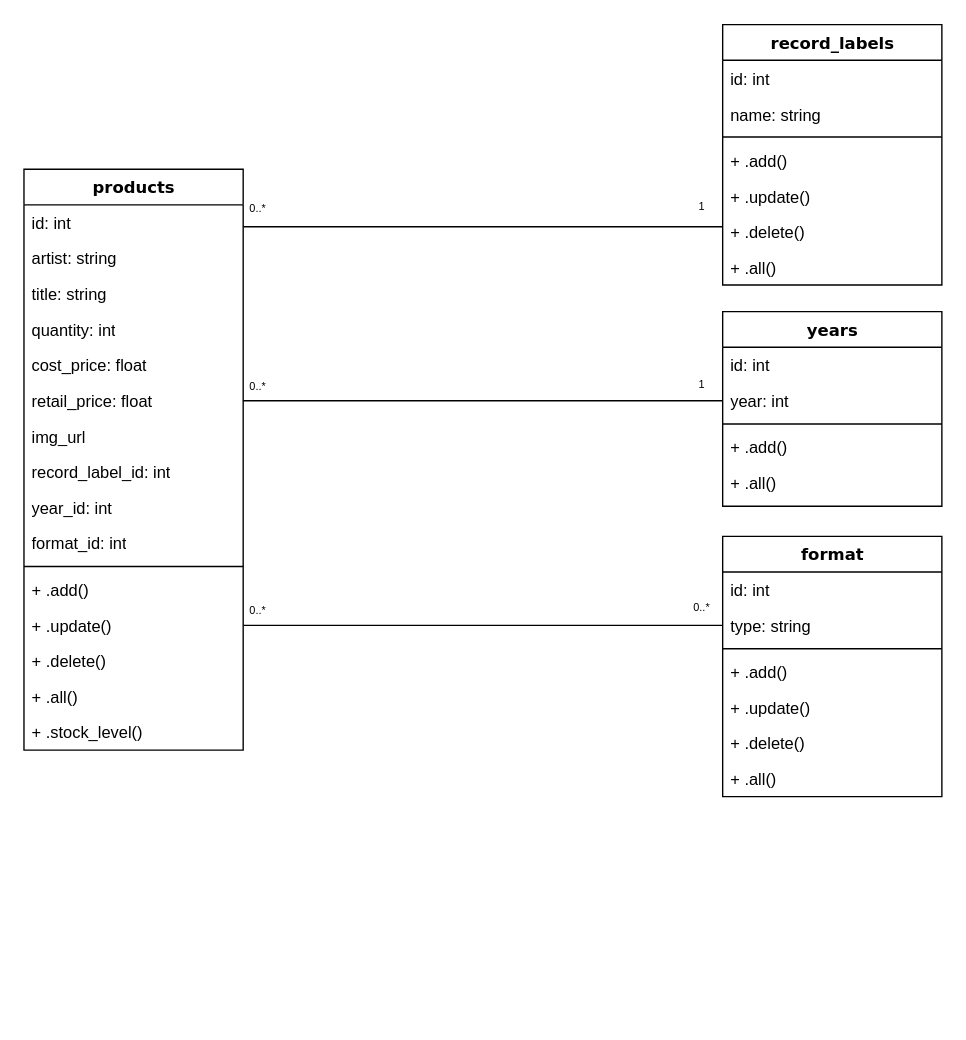
Above: class_diagram_record_shop.drawio in cjmcauley/record_shop_inventory_project (draw.io), before the change. Source tidied: cells renumbered, new cells numbered last; positions are measured from the earlier drawing's top-left corner, leaving out a move shared by most shapes. Both pictures are drawn from the tidied source at 137%, with x=0, y=0 at pixel (23, 23).
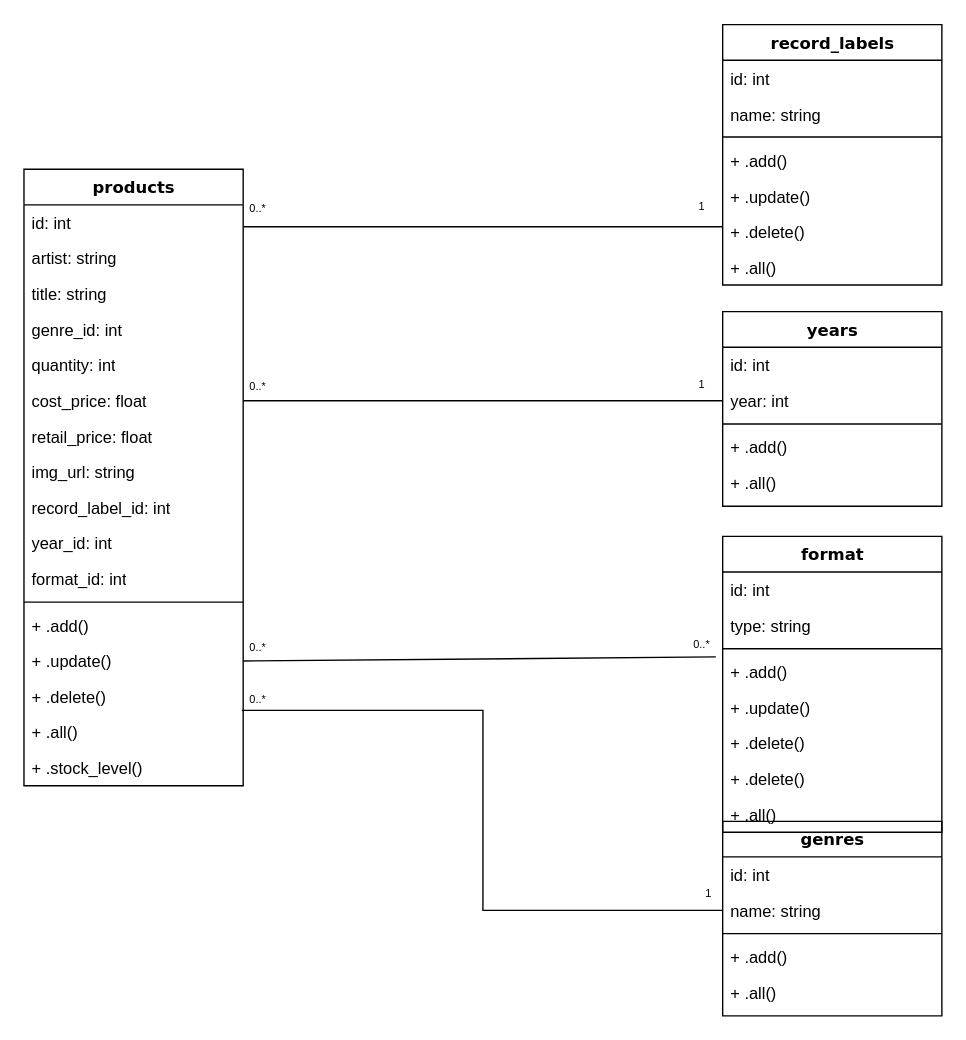
Above is the later version.

Unchanged cells that the change refers to:
```xml
<mxCell id="31" value="year: int" style="text;html=1;strokeColor=none;fillColor=none;align=left;verticalAlign=top;spacingLeft=4;spacingRight=4;whiteSpace=wrap;overflow=hidden;points=[[0,0.5],[1,0.5]];portConstraint=eastwest;" parent="29" vertex="1">
  <mxGeometry y="52" width="160" height="26" as="geometry" />
</mxCell>
<mxCell id="37" value="type: string" style="text;html=1;strokeColor=none;fillColor=none;align=left;verticalAlign=top;spacingLeft=4;spacingRight=4;whiteSpace=wrap;overflow=hidden;points=[[0,0.5],[1,0.5]];portConstraint=eastwest;" parent="35" vertex="1">
  <mxGeometry y="52" width="160" height="26" as="geometry" />
</mxCell>
```

Diff of the diagram source:
```diff
@@
     <mxCell id="2" value="products" style="swimlane;html=1;fontStyle=1;align=center;verticalAlign=top;horizontal=1;startSize=26;swimlaneFillColor=#ffffff;rounded=0;shadow=0;comic=0;labelBackgroundColor=none;strokeColor=#000000;strokeWidth=1;fillColor=none;fontFamily=Verdana;fontSize=12;fontColor=#000000;" parent="1" vertex="1">
-      <mxGeometry y="106" width="160" height="424" as="geometry" />
+      <mxGeometry y="106" width="160" height="450" as="geometry" />
     </mxCell>
@@
+    <mxCell id="50" value="genre_id: int" style="text;html=1;strokeColor=none;fillColor=none;align=left;verticalAlign=top;spacingLeft=4;spacingRight=4;whiteSpace=wrap;overflow=hidden;" parent="2" vertex="1">
+      <mxGeometry y="104" width="160" height="26" as="geometry" />
+    </mxCell>
     <mxCell id="6" value="quantity: int" style="text;html=1;strokeColor=none;fillColor=none;align=left;verticalAlign=top;spacingLeft=4;spacingRight=4;whiteSpace=wrap;overflow=hidden;" parent="2" vertex="1">
-      <mxGeometry y="104" width="160" height="26" as="geometry" />
+      <mxGeometry y="130" width="160" height="26" as="geometry" />
     </mxCell>
     <mxCell id="7" value="cost_price: float" style="text;html=1;strokeColor=none;fillColor=none;align=left;verticalAlign=top;spacingLeft=4;spacingRight=4;whiteSpace=wrap;overflow=hidden;points=[[0,0.5],[1,0.5]];portConstraint=eastwest;" parent="2" vertex="1">
-      <mxGeometry y="130" width="160" height="26" as="geometry" />
+      <mxGeometry y="156" width="160" height="26" as="geometry" />
     </mxCell>
     <mxCell id="8" value="retail_price: float" style="text;html=1;strokeColor=none;fillColor=none;align=left;verticalAlign=top;spacingLeft=4;spacingRight=4;whiteSpace=wrap;overflow=hidden;points=[[0,0.5],[1,0.5]];portConstraint=eastwest;" parent="2" vertex="1">
-      <mxGeometry y="156" width="160" height="26" as="geometry" />
+      <mxGeometry y="182" width="160" height="26" as="geometry" />
     </mxCell>
-    <mxCell id="9" value="img_url" style="text;html=1;strokeColor=none;fillColor=none;align=left;verticalAlign=top;spacingLeft=4;spacingRight=4;whiteSpace=wrap;overflow=hidden;" parent="2" vertex="1">
-      <mxGeometry y="182" width="160" height="26" as="geometry" />
+    <mxCell id="9" value="img_url: string" style="text;html=1;strokeColor=none;fillColor=none;align=left;verticalAlign=top;spacingLeft=4;spacingRight=4;whiteSpace=wrap;overflow=hidden;" parent="2" vertex="1">
+      <mxGeometry y="208" width="160" height="26" as="geometry" />
     </mxCell>
     <mxCell id="10" value="record_label_id: int" style="text;html=1;strokeColor=none;fillColor=none;align=left;verticalAlign=top;spacingLeft=4;spacingRight=4;whiteSpace=wrap;overflow=hidden;" parent="2" vertex="1">
-      <mxGeometry y="208" width="160" height="26" as="geometry" />
+      <mxGeometry y="234" width="160" height="26" as="geometry" />
     </mxCell>
     <mxCell id="11" value="year_id: int" style="text;html=1;strokeColor=none;fillColor=none;align=left;verticalAlign=top;spacingLeft=4;spacingRight=4;whiteSpace=wrap;overflow=hidden;" parent="2" vertex="1">
-      <mxGeometry y="234" width="160" height="26" as="geometry" />
+      <mxGeometry y="260" width="160" height="26" as="geometry" />
     </mxCell>
     <mxCell id="12" value="format_id: int" style="text;html=1;strokeColor=none;fillColor=none;align=left;verticalAlign=top;spacingLeft=4;spacingRight=4;whiteSpace=wrap;overflow=hidden;" parent="2" vertex="1">
-      <mxGeometry y="260" width="160" height="26" as="geometry" />
+      <mxGeometry y="286" width="160" height="26" as="geometry" />
     </mxCell>
     <mxCell id="13" style="line;html=1;strokeWidth=1;fillColor=none;align=left;verticalAlign=middle;spacingTop=-1;spacingLeft=3;spacingRight=3;labelPosition=right;" parent="2" vertex="1">
-      <mxGeometry y="286" width="160" height="8" as="geometry" />
+      <mxGeometry y="312" width="160" height="8" as="geometry" />
     </mxCell>
     <mxCell id="14" value="+ .add()" style="text;html=1;strokeColor=none;fillColor=none;align=left;verticalAlign=top;spacingLeft=4;spacingRight=4;whiteSpace=wrap;overflow=hidden;" parent="2" vertex="1">
-      <mxGeometry y="294" width="160" height="26" as="geometry" />
+      <mxGeometry y="320" width="160" height="26" as="geometry" />
     </mxCell>
     <mxCell id="15" value="+ .update()" style="text;html=1;strokeColor=none;fillColor=none;align=left;verticalAlign=top;spacingLeft=4;spacingRight=4;whiteSpace=wrap;overflow=hidden;points=[[0,0.5],[1,0.5]];portConstraint=eastwest;" parent="2" vertex="1">
-      <mxGeometry y="320" width="160" height="26" as="geometry" />
+      <mxGeometry y="346" width="160" height="26" as="geometry" />
     </mxCell>
     <mxCell id="16" value="+ .delete()" style="text;html=1;strokeColor=none;fillColor=none;align=left;verticalAlign=top;spacingLeft=4;spacingRight=4;whiteSpace=wrap;overflow=hidden;" parent="2" vertex="1">
-      <mxGeometry y="346" width="160" height="26" as="geometry" />
+      <mxGeometry y="372" width="160" height="26" as="geometry" />
     </mxCell>
     <mxCell id="17" value="+ .all()" style="text;html=1;strokeColor=none;fillColor=none;align=left;verticalAlign=top;spacingLeft=4;spacingRight=4;whiteSpace=wrap;overflow=hidden;points=[[0,0.5],[1,0.5]];portConstraint=eastwest;" parent="2" vertex="1">
-      <mxGeometry y="372" width="160" height="26" as="geometry" />
+      <mxGeometry y="398" width="160" height="26" as="geometry" />
     </mxCell>
     <mxCell id="18" value="+ .stock_level()" style="text;html=1;strokeColor=none;fillColor=none;align=left;verticalAlign=top;spacingLeft=4;spacingRight=4;whiteSpace=wrap;overflow=hidden;" parent="2" vertex="1">
-      <mxGeometry y="398" width="160" height="26" as="geometry" />
+      <mxGeometry y="424" width="160" height="26" as="geometry" />
     </mxCell>
@@
-    <mxCell id="20" style="edgeStyle=orthogonalEdgeStyle;rounded=0;jettySize=auto;html=1;endArrow=none;endFill=0;" parent="1" edge="1" source="31" target="8">
+    <mxCell id="20" style="edgeStyle=orthogonalEdgeStyle;rounded=0;jettySize=auto;html=1;endArrow=none;endFill=0;entryX=1;entryY=0.5;entryDx=0;entryDy=0;" parent="1" edge="1" source="31" target="7">
       <mxGeometry relative="1" as="geometry" />
     </mxCell>
@@
     <mxCell id="35" value="format" style="swimlane;html=1;fontStyle=1;align=center;verticalAlign=top;horizontal=1;startSize=26;swimlaneFillColor=#ffffff;rounded=0;shadow=0;comic=0;labelBackgroundColor=none;strokeColor=#000000;strokeWidth=1;fillColor=none;fontFamily=Verdana;fontSize=12;fontColor=#000000;" parent="1" vertex="1">
-      <mxGeometry x="510" y="374" width="160" height="190" as="geometry" />
+      <mxGeometry x="510" y="374" width="160" height="216" as="geometry" />
     </mxCell>
@@
+    <mxCell id="51" value="+ .delete()" style="text;html=1;strokeColor=none;fillColor=none;align=left;verticalAlign=top;spacingLeft=4;spacingRight=4;whiteSpace=wrap;overflow=hidden;" parent="35" vertex="1">
+      <mxGeometry y="138" width="160" height="26" as="geometry" />
+    </mxCell>
     <mxCell id="41" value="+ .delete()" style="text;html=1;strokeColor=none;fillColor=none;align=left;verticalAlign=top;spacingLeft=4;spacingRight=4;whiteSpace=wrap;overflow=hidden;" parent="35" vertex="1">
-      <mxGeometry y="138" width="160" height="26" as="geometry" />
+      <mxGeometry y="164" width="160" height="26" as="geometry" />
     </mxCell>
     <mxCell id="42" value="+ .all()" style="text;html=1;strokeColor=none;fillColor=none;align=left;verticalAlign=top;spacingLeft=4;spacingRight=4;whiteSpace=wrap;overflow=hidden;" parent="35" vertex="1">
-      <mxGeometry y="164" width="160" height="26" as="geometry" />
+      <mxGeometry y="190" width="160" height="26" as="geometry" />
     </mxCell>
-    <mxCell id="43" style="endArrow=none;html=1;exitX=1;exitY=0.5;exitDx=0;exitDy=0;" parent="1" edge="1" source="15" target="37">
+    <mxCell id="43" style="endArrow=none;html=1;exitX=1;exitY=0.5;exitDx=0;exitDy=0;entryX=0.75;entryY=1;entryDx=0;entryDy=0;" parent="1" edge="1" source="15" target="44">
       <mxGeometry relative="1" as="geometry" />
     </mxCell>
     <mxCell id="44" value="&lt;font style=&quot;font-size: 8px&quot;&gt;0..*&lt;/font&gt;" style="text;html=1;strokeColor=none;fillColor=none;align=center;verticalAlign=middle;whiteSpace=wrap;rounded=0;" parent="1" vertex="1">
-      <mxGeometry x="475" y="415" width="40" height="20" as="geometry" />
+      <mxGeometry x="475" y="442" width="40" height="20" as="geometry" />
     </mxCell>
@@
     <mxCell id="47" value="&lt;font style=&quot;font-size: 8px&quot;&gt;0..*&lt;/font&gt;" style="text;html=1;strokeColor=none;fillColor=none;align=center;verticalAlign=middle;whiteSpace=wrap;rounded=0;" parent="1" vertex="1">
-      <mxGeometry x="151" y="417" width="40" height="20" as="geometry" />
+      <mxGeometry x="151" y="444" width="40" height="20" as="geometry" />
     </mxCell>
@@
+    <mxCell id="52" value="genres" style="swimlane;html=1;fontStyle=1;align=center;verticalAlign=top;horizontal=1;startSize=26;swimlaneFillColor=#ffffff;rounded=0;shadow=0;comic=0;labelBackgroundColor=none;strokeColor=#000000;strokeWidth=1;fillColor=none;fontFamily=Verdana;fontSize=12;fontColor=#000000;" parent="1" vertex="1">
+      <mxGeometry x="510" y="582" width="160" height="142" as="geometry" />
+    </mxCell>
+    <mxCell id="53" value="id: int" style="text;html=1;strokeColor=none;fillColor=none;align=left;verticalAlign=top;spacingLeft=4;spacingRight=4;whiteSpace=wrap;overflow=hidden;" parent="52" vertex="1">
+      <mxGeometry y="26" width="160" height="26" as="geometry" />
+    </mxCell>
+    <mxCell id="54" value="name: string" style="text;html=1;strokeColor=none;fillColor=none;align=left;verticalAlign=top;spacingLeft=4;spacingRight=4;whiteSpace=wrap;overflow=hidden;points=[[0,0.5],[1,0.5]];portConstraint=eastwest;" parent="52" vertex="1">
+      <mxGeometry y="52" width="160" height="26" as="geometry" />
+    </mxCell>
+    <mxCell id="55" style="line;html=1;strokeWidth=1;fillColor=none;align=left;verticalAlign=middle;spacingTop=-1;spacingLeft=3;spacingRight=3;labelPosition=right;" parent="52" vertex="1">
+      <mxGeometry y="78" width="160" height="8" as="geometry" />
+    </mxCell>
+    <mxCell id="56" value="+ .add()" style="text;html=1;strokeColor=none;fillColor=none;align=left;verticalAlign=top;spacingLeft=4;spacingRight=4;whiteSpace=wrap;overflow=hidden;" parent="52" vertex="1">
+      <mxGeometry y="86" width="160" height="26" as="geometry" />
+    </mxCell>
+    <mxCell id="57" value="+ .all()" style="text;html=1;strokeColor=none;fillColor=none;align=left;verticalAlign=top;spacingLeft=4;spacingRight=4;whiteSpace=wrap;overflow=hidden;" parent="52" vertex="1">
+      <mxGeometry y="112" width="160" height="26" as="geometry" />
+    </mxCell>
+    <mxCell id="58" style="edgeStyle=orthogonalEdgeStyle;rounded=0;jettySize=auto;html=1;endArrow=none;endFill=0;entryX=0.994;entryY=-0.115;entryDx=0;entryDy=0;entryPerimeter=0;" parent="1" edge="1" source="54" target="17">
+      <mxGeometry relative="1" as="geometry" />
+    </mxCell>
+    <mxCell id="59" value="&lt;font style=&quot;font-size: 8px&quot;&gt;0..*&lt;/font&gt;" style="text;html=1;strokeColor=none;fillColor=none;align=center;verticalAlign=middle;whiteSpace=wrap;rounded=0;" parent="1" vertex="1">
+      <mxGeometry x="151" y="482" width="40" height="20" as="geometry" />
+    </mxCell>
+    <mxCell id="60" value="&lt;font style=&quot;font-size: 8px&quot;&gt;1&lt;/font&gt;" style="text;html=1;strokeColor=none;fillColor=none;align=center;verticalAlign=middle;whiteSpace=wrap;rounded=0;" parent="1" vertex="1">
+      <mxGeometry x="480" y="624" width="40" height="20" as="geometry" />
+    </mxCell>
```
